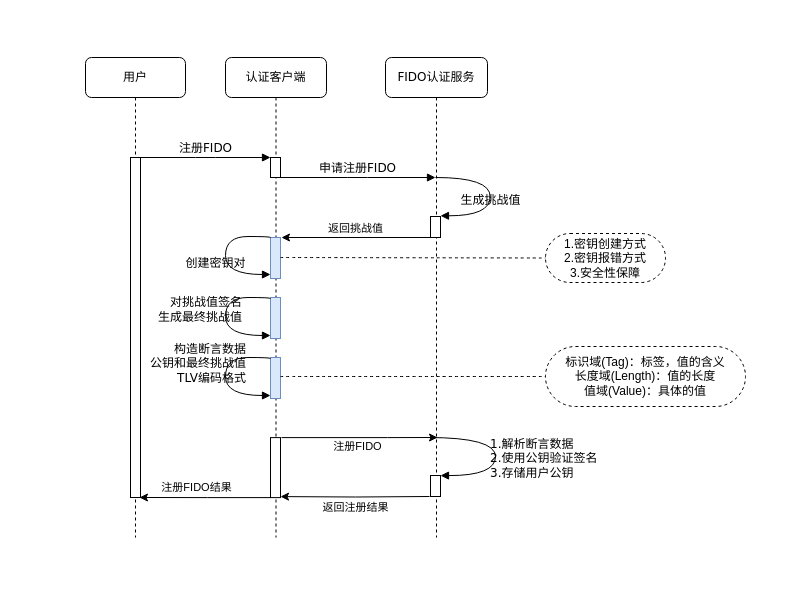
Above: 未命名绘图.drawio in mobof/Koal (draw.io), before the change. Source tidied: cells renumbered, new cells numbered last; positions are measured from the earlier drawing's top-left corner, leaving out a move shared by most shapes. Both pictures are drawn from the tidied source at 100%, with x=0, y=0 at pixel (85, 57).
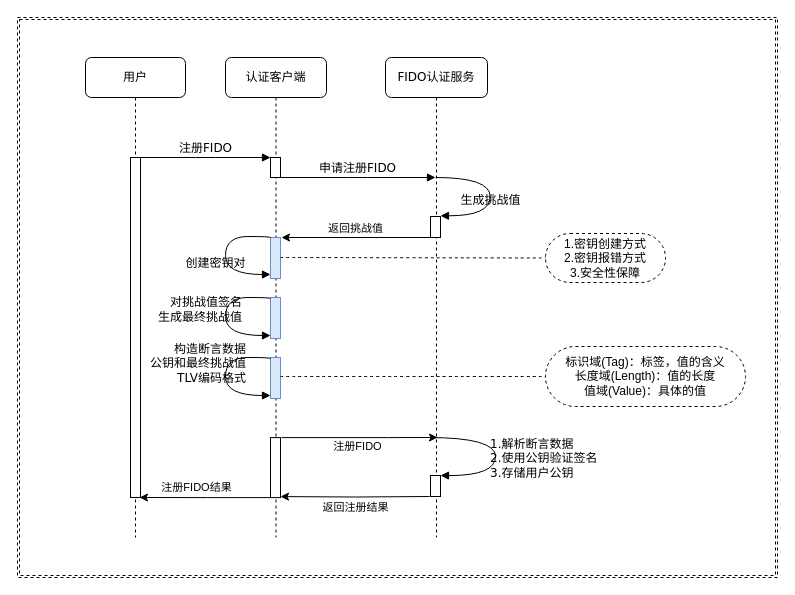
After the change.

Change to the diagram source:
```diff
@@
+    <mxCell id="29" style="shape=ext;double=1;rounded=0;whiteSpace=wrap;html=1;dashed=1;align=center;" parent="1" vertex="1">
+      <mxGeometry x="-68" y="-40" width="760" height="560" as="geometry" />
+    </mxCell>
```
